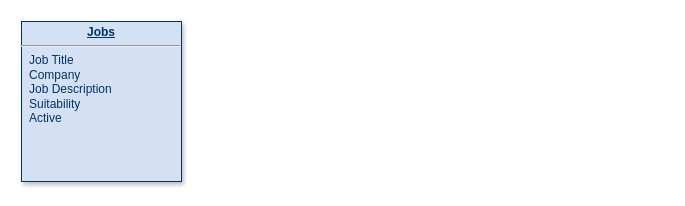
JaneyRG/AI_Job_Finder keeps this draw.io diagram as Diagrams/Database.drawio. Above is the earlier version. Source tidied: cells renumbered, new cells numbered last; positions are measured from the earlier drawing's top-left corner, leaving out a move shared by most shapes. Both pictures are drawn from the tidied source at 100%, with x=0, y=0 at pixel (21, 21).
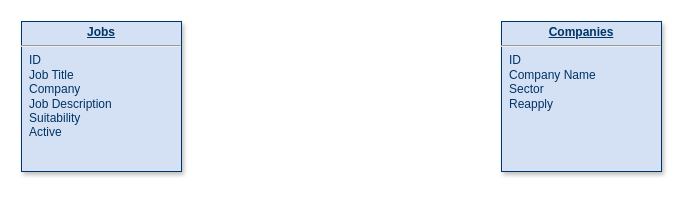
The same diagram, later.

Commit message:
Crated Company Table

Diff of the diagram source:
```diff
@@
 <mxGraphModel>
   <root>
     <mxCell id="0" />
     <mxCell id="1" parent="0" />
-    <mxCell id="2" value="&lt;p style=&quot;margin: 0px; margin-top: 4px; text-align: center; text-decoration: underline;&quot;&gt;&lt;b&gt;Jobs&lt;/b&gt;&lt;/p&gt;&lt;hr&gt;&lt;p style=&quot;margin: 0px; margin-left: 8px;&quot;&gt;Job Title&lt;/p&gt;&lt;p style=&quot;margin: 0px; margin-left: 8px;&quot;&gt;Company&lt;/p&gt;&lt;p style=&quot;margin: 0px; margin-left: 8px;&quot;&gt;Job Description&lt;/p&gt;&lt;p style=&quot;margin: 0px; margin-left: 8px;&quot;&gt;Suitability&lt;/p&gt;&lt;p style=&quot;margin: 0px; margin-left: 8px;&quot;&gt;Active&lt;/p&gt;&lt;p style=&quot;margin: 0px; margin-left: 8px;&quot;&gt;&lt;br&gt;&lt;/p&gt;&lt;p style=&quot;margin: 0px; margin-left: 8px;&quot;&gt;&lt;br&gt;&lt;/p&gt;&lt;p style=&quot;margin: 0px; margin-left: 8px;&quot;&gt;&lt;br&gt;&lt;/p&gt;&lt;p style=&quot;margin: 0px; margin-left: 8px;&quot;&gt;&lt;br&gt;&lt;/p&gt;" style="verticalAlign=top;align=left;overflow=fill;fontSize=12;fontFamily=Helvetica;html=1;strokeColor=#003366;shadow=1;fillColor=#D4E1F5;fontColor=#003366;" parent="1" vertex="1">
-      <mxGeometry width="160" height="160" as="geometry" />
+    <mxCell id="2" value="&lt;p style=&quot;margin: 0px; margin-top: 4px; text-align: center; text-decoration: underline;&quot;&gt;&lt;b&gt;Jobs&lt;/b&gt;&lt;/p&gt;&lt;hr&gt;&lt;p style=&quot;margin: 0px; margin-left: 8px;&quot;&gt;ID&lt;/p&gt;&lt;p style=&quot;margin: 0px; margin-left: 8px;&quot;&gt;Job Title&lt;/p&gt;&lt;p style=&quot;margin: 0px; margin-left: 8px;&quot;&gt;Company&lt;/p&gt;&lt;p style=&quot;margin: 0px; margin-left: 8px;&quot;&gt;Job Description&lt;/p&gt;&lt;p style=&quot;margin: 0px; margin-left: 8px;&quot;&gt;Suitability&lt;/p&gt;&lt;p style=&quot;margin: 0px; margin-left: 8px;&quot;&gt;Active&lt;/p&gt;&lt;p style=&quot;margin: 0px; margin-left: 8px;&quot;&gt;&lt;br&gt;&lt;/p&gt;&lt;p style=&quot;margin: 0px; margin-left: 8px;&quot;&gt;&lt;br&gt;&lt;/p&gt;&lt;p style=&quot;margin: 0px; margin-left: 8px;&quot;&gt;&lt;br&gt;&lt;/p&gt;&lt;p style=&quot;margin: 0px; margin-left: 8px;&quot;&gt;&lt;br&gt;&lt;/p&gt;&lt;p style=&quot;margin: 0px; margin-left: 8px;&quot;&gt;&lt;br&gt;&lt;/p&gt;" style="verticalAlign=top;align=left;overflow=fill;fontSize=12;fontFamily=Helvetica;html=1;strokeColor=#003366;shadow=1;fillColor=#D4E1F5;fontColor=#003366;" parent="1" vertex="1">
+      <mxGeometry width="160" height="150" as="geometry" />
     </mxCell>
+    <mxCell id="3" value="&lt;p style=&quot;margin: 0px; margin-top: 4px; text-align: center; text-decoration: underline;&quot;&gt;&lt;b&gt;Companies&lt;/b&gt;&lt;/p&gt;&lt;hr&gt;&lt;p style=&quot;margin: 0px; margin-left: 8px;&quot;&gt;ID&lt;/p&gt;&lt;p style=&quot;margin: 0px; margin-left: 8px;&quot;&gt;Company Name&lt;/p&gt;&lt;p style=&quot;margin: 0px; margin-left: 8px;&quot;&gt;Sector&lt;/p&gt;&lt;p style=&quot;margin: 0px; margin-left: 8px;&quot;&gt;Reapply&lt;/p&gt;&lt;p style=&quot;margin: 0px; margin-left: 8px;&quot;&gt;&lt;br&gt;&lt;/p&gt;&lt;p style=&quot;margin: 0px; margin-left: 8px;&quot;&gt;&lt;br&gt;&lt;/p&gt;&lt;p style=&quot;margin: 0px; margin-left: 8px;&quot;&gt;&lt;br&gt;&lt;/p&gt;&lt;p style=&quot;margin: 0px; margin-left: 8px;&quot;&gt;&lt;br&gt;&lt;/p&gt;" style="verticalAlign=top;align=left;overflow=fill;fontSize=12;fontFamily=Helvetica;html=1;strokeColor=#003366;shadow=1;fillColor=#D4E1F5;fontColor=#003366;" parent="1" vertex="1">
+      <mxGeometry x="480" width="160" height="150" as="geometry" />
+    </mxCell>
   </root>
 </mxGraphModel>
```
